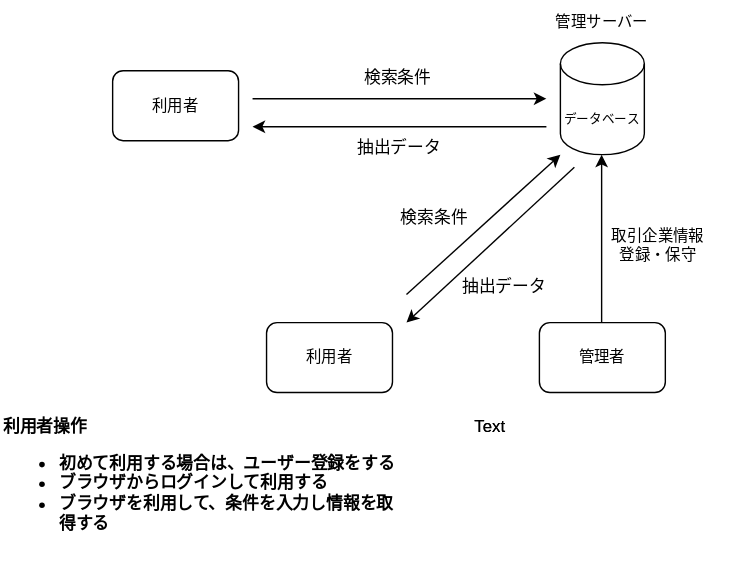
This is 企業検索システム/システム全体図.drawio.svg from kou-hei/markdown_issue_prac, a draw.io export, as it was before one commit. Source tidied: cells renumbered, new cells last; positions are measured from the earlier drawing's top-left corner, leaving out a move shared by most shapes.
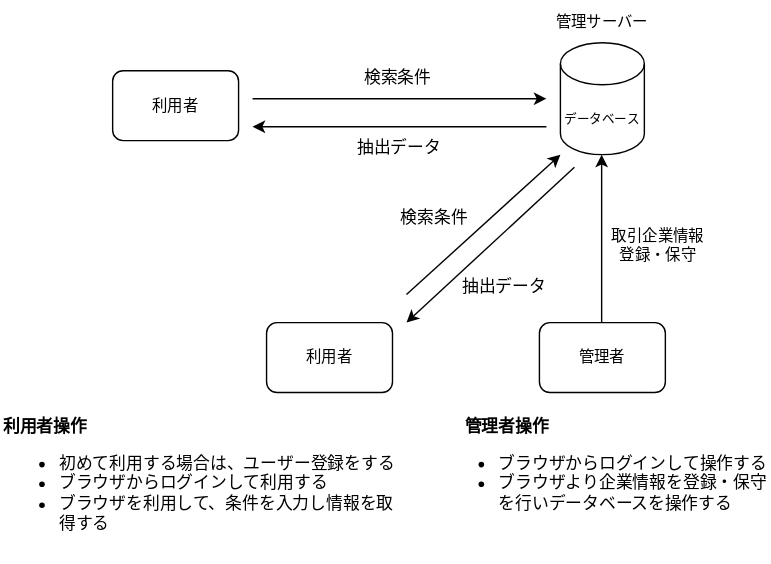
Above is the later version.

Change to the diagram source:
```diff
@@ -65,14 +65,14 @@
     <mxCell id="17" value="検索条件" style="text;html=1;strokeColor=none;fillColor=none;align=center;verticalAlign=middle;whiteSpace=wrap;rounded=0;" parent="1" vertex="1">
       <mxGeometry x="280" y="140" width="60" height="30" as="geometry" />
     </mxCell>
-    <mxCell id="18" value="&lt;b&gt;利用者操作&lt;br&gt;&lt;ul&gt;&lt;li&gt;&lt;b&gt;初めて利用する場合は、ユーザー登録をする&lt;/b&gt;&lt;/li&gt;&lt;li&gt;&lt;b&gt;ブラウザからログインして利用する&lt;/b&gt;&lt;/li&gt;&lt;li&gt;&lt;b&gt;ブラウザを利用して、条件を入力し情報を取得する&lt;/b&gt;&lt;/li&gt;&lt;/ul&gt;&lt;/b&gt;" style="text;html=1;strokeColor=none;fillColor=none;align=left;verticalAlign=middle;whiteSpace=wrap;rounded=0;fontSize=12;" parent="1" vertex="1">
+    <mxCell id="18" value="&lt;b&gt;利用者操作&lt;/b&gt;&lt;br&gt;&lt;ul style=&quot;&quot;&gt;&lt;li style=&quot;&quot;&gt;初めて利用する場合は、ユーザー登録をする&lt;/li&gt;&lt;li style=&quot;&quot;&gt;ブラウザからログインして利用する&lt;/li&gt;&lt;li style=&quot;&quot;&gt;ブラウザを利用して、条件を入力し情報を取得する&lt;/li&gt;&lt;/ul&gt;" style="text;html=1;strokeColor=none;fillColor=none;align=left;verticalAlign=middle;whiteSpace=wrap;rounded=0;fontSize=12;" parent="1" vertex="1">
       <mxGeometry y="330" width="290" height="30" as="geometry" />
     </mxCell>
-    <mxCell id="19" value="Text" style="text;html=1;strokeColor=none;fillColor=none;align=center;verticalAlign=middle;whiteSpace=wrap;rounded=0;fontSize=12;" parent="1" vertex="1">
-      <mxGeometry x="320" y="290" width="60" height="30" as="geometry" />
+    <mxCell id="19" value="&lt;b&gt;管理者操作&lt;/b&gt;" style="text;html=1;strokeColor=none;fillColor=none;align=left;verticalAlign=middle;whiteSpace=wrap;rounded=0;fontSize=12;" parent="1" vertex="1">
+      <mxGeometry x="330" y="290" width="70" height="30" as="geometry" />
     </mxCell>
-    <mxCell id="20" value="Text" style="text;html=1;strokeColor=none;fillColor=none;align=center;verticalAlign=middle;whiteSpace=wrap;rounded=0;fontSize=12;" parent="1" vertex="1">
-      <mxGeometry x="320" y="290" width="60" height="30" as="geometry" />
-    </mxCell>
+    <mxCell id="21" value="&lt;ul&gt;&lt;li&gt;ブラウザからログインして操作する&lt;/li&gt;&lt;li&gt;ブラウザより企業情報を登録・保守を行いデータベースを操作する&lt;/li&gt;&lt;/ul&gt;" style="text;html=1;strokeColor=none;fillColor=none;align=left;verticalAlign=middle;whiteSpace=wrap;rounded=0;" parent="1" vertex="1">
+      <mxGeometry x="314" y="330" width="236" height="30" as="geometry" />
+    </mxCell>
   </root>
 </mxGraphModel>
```
